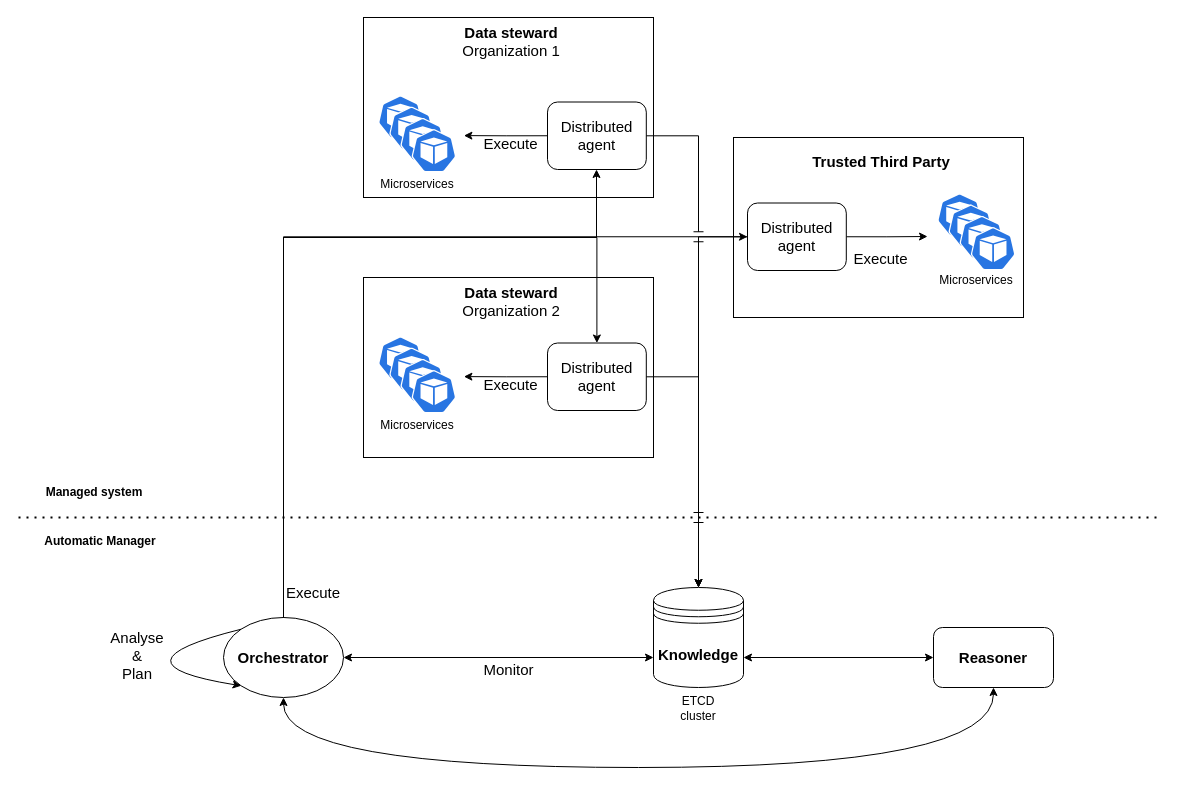
The draw.io diagram docs/drawio/mape-k-custom.drawio in Jorrit05/DYNAMOS, before the edit. Source tidied: cells renumbered, new cells numbered last; positions are measured from the earlier drawing's top-left corner, leaving out a move shared by most shapes. Both pictures are drawn from the tidied source at 100%, with x=0, y=0 at pixel (18, 17).
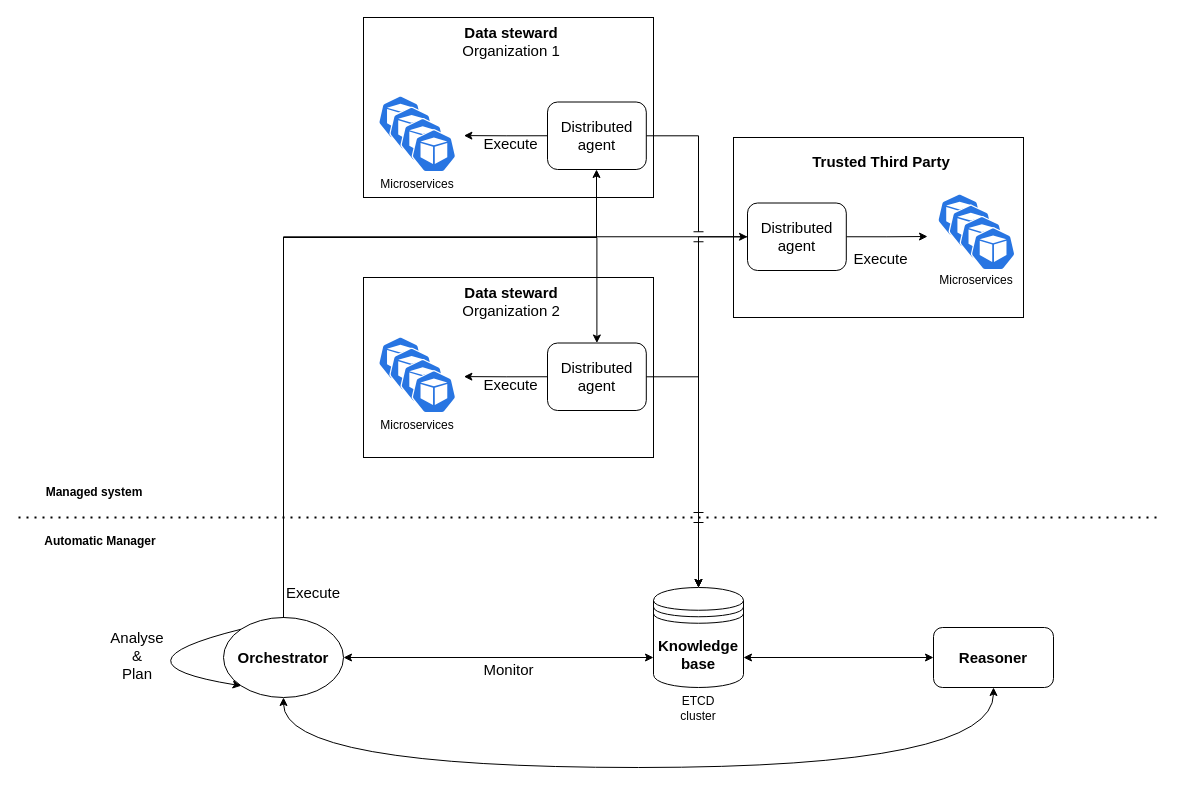
The same diagram, later.

The change refers to these unchanged cells:
```xml
<mxCell id="6" style="group;" parent="1" vertex="1">
  <mxGeometry x="635" y="570" width="90" height="136" as="geometry" />
</mxCell>
```

Change to the diagram source:
```diff
@@
-    <mxCell id="7" value="&lt;b&gt;&lt;font style=&quot;font-size: 15px;&quot;&gt;Knowledge&lt;/font&gt;&lt;/b&gt;" style="shape=datastore;whiteSpace=wrap;html=1;" parent="6" vertex="1">
+    <mxCell id="7" value="&lt;b&gt;&lt;font style=&quot;font-size: 15px;&quot;&gt;Knowledge&lt;br&gt;base&lt;br&gt;&lt;/font&gt;&lt;/b&gt;" style="shape=datastore;whiteSpace=wrap;html=1;" parent="6" vertex="1">
       <mxGeometry width="90" height="100" as="geometry" />
     </mxCell>
```
